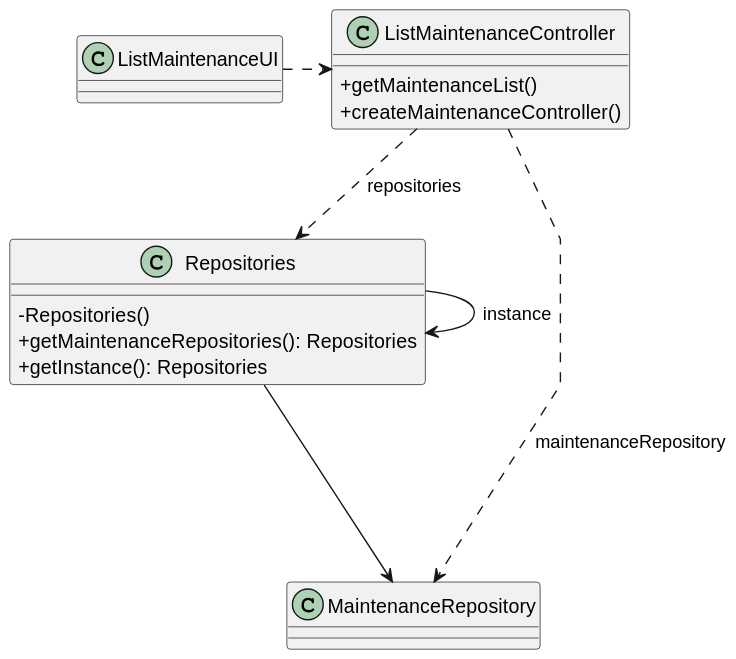
Earlier version of the PlantUML export docs/sprintB/us008/03.design/svg/us008-class-diagram.svg (diogoveirospro/lei-24-s2-1dg-g072).
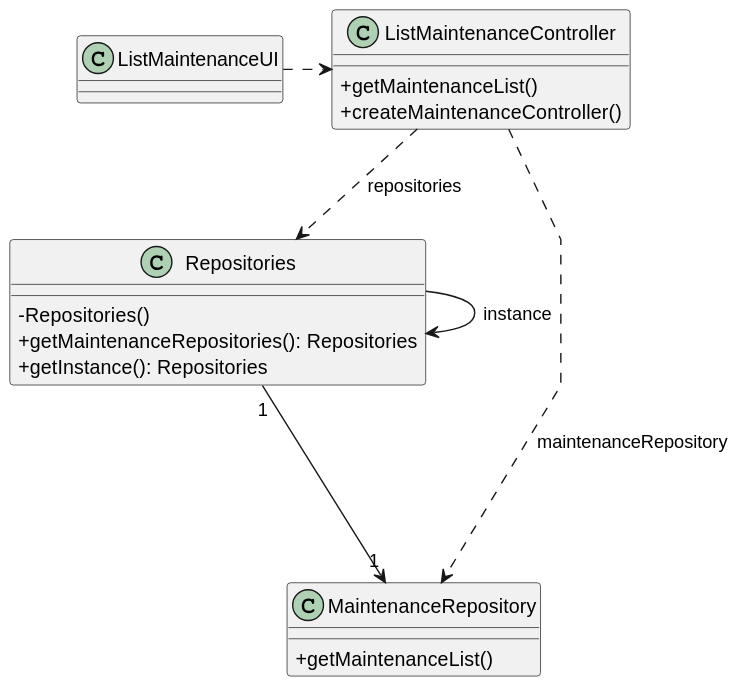
After the change.

Diff of the diagram source:
```diff
@@ -14,6 +14,7 @@
     + createMaintenanceController()
 }
 class MaintenanceRepository{
+    + getMaintenanceList()
 }
 
 class Repositories{
@@ -26,5 +27,5 @@
 ListMaintenanceController ..> Repositories : repositories
 Repositories -> Repositories : instance
 ListMaintenanceController .> MaintenanceRepository: maintenanceRepository
-Repositories ---> MaintenanceRepository
+Repositories "1" ---> "1" MaintenanceRepository
 @enduml
```
